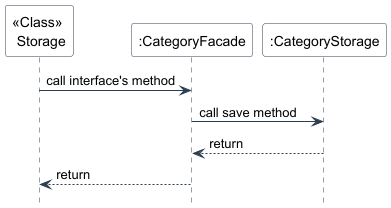
nus-cs2113-AY2425S1/tp keeps this PlantUML diagram as docs/diagrams/images/CategoryFacade Save SequenceUML.png. Above is the earlier version.
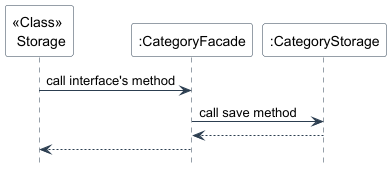
Later version of the same file.

Commit message:
Simplify sequence diagram

What changed in the source:
```diff
@@ -14,7 +14,7 @@
 
 S -> CF: call interface's method
 CF -> CS: call save method
-CS --> CF: return
-CF --> S: return
+CS --> CF:
+CF --> S:
 
 @enduml
```
